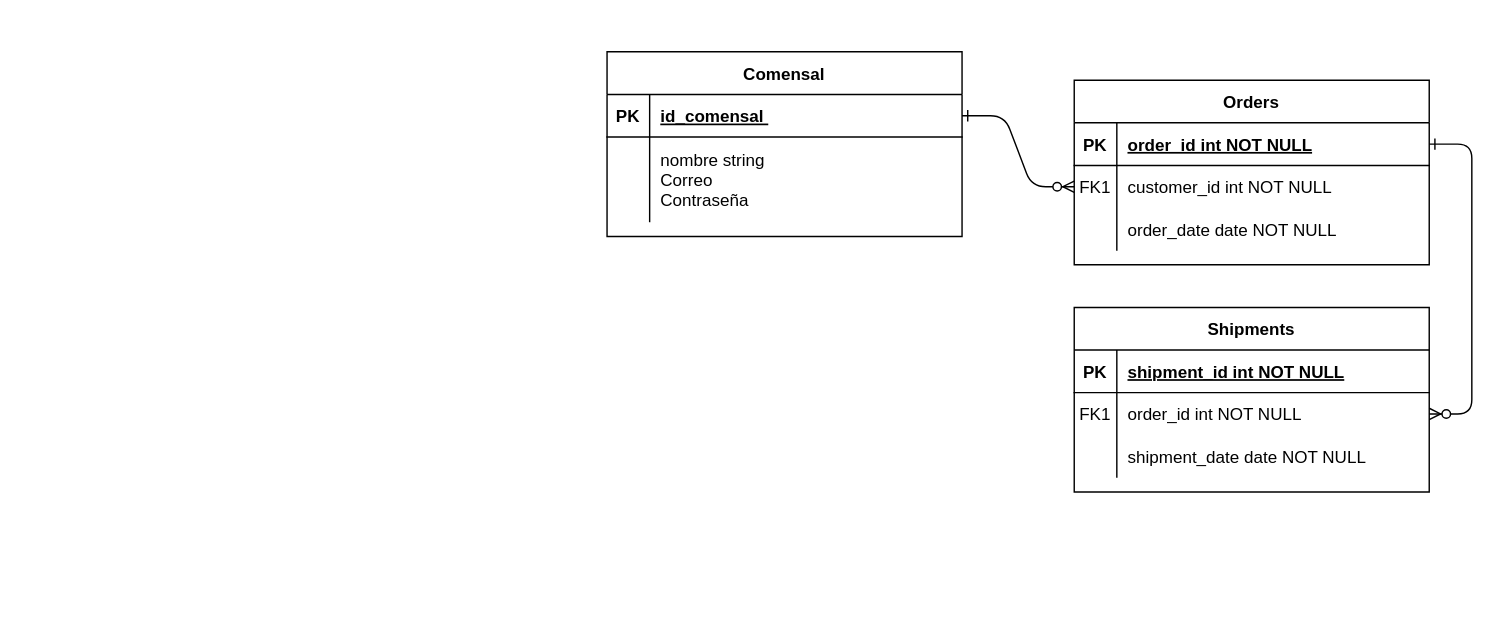
The draw.io diagram Diagrama sin título.drawio in Alexis-2301/Prueba, before the edit. Source tidied: cells renumbered, new cells numbered last; positions are measured from the earlier drawing's top-left corner, leaving out a move shared by most shapes. Both pictures are drawn from the tidied source at 142%, with x=0, y=0 at pixel (606, 51).
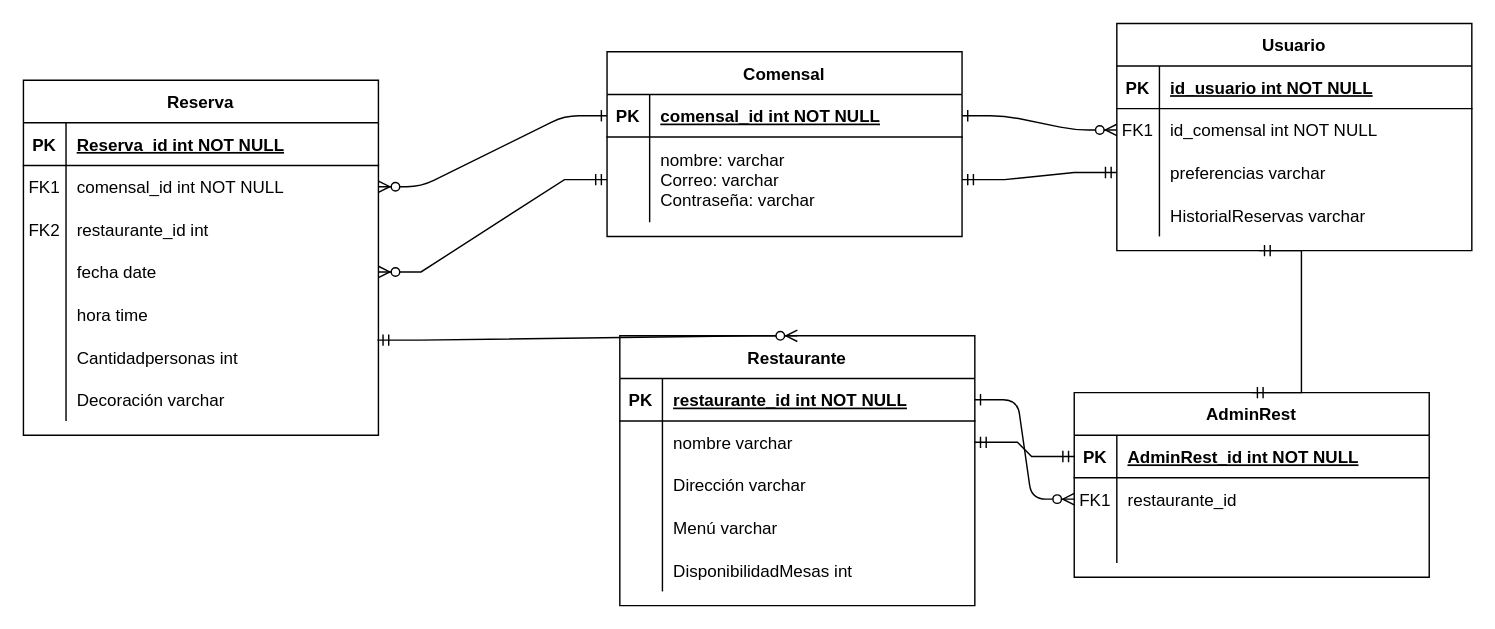
The same page after the edit.

The change refers to these unchanged cells:
```xml
<mxCell id="5" style="shape=partialRectangle;fillColor=none;points=[[0,0.5],[1,0.5]];portConstraint=eastwest;top=0;left=0;right=0;bottom=1;" parent="4" vertex="1">
  <mxGeometry y="30" width="250" height="30" as="geometry" />
</mxCell>
<mxCell id="8" style="shape=partialRectangle;fillColor=none;points=[[0,0.5],[1,0.5]];portConstraint=eastwest;top=0;left=0;right=0;bottom=0;" parent="4" vertex="1">
  <mxGeometry y="60" width="250" height="30" as="geometry" />
</mxCell>
<mxCell id="11" style="shape=partialRectangle;fillColor=none;points=[[0,0.5],[1,0.5]];portConstraint=eastwest;top=0;left=0;right=0;bottom=0;" parent="4" vertex="1">
  <mxGeometry y="90" width="250" height="30" as="geometry" />
</mxCell>
<mxCell id="15" style="shape=partialRectangle;fillColor=none;points=[[0,0.5],[1,0.5]];portConstraint=eastwest;top=0;left=0;right=0;bottom=1;" parent="14" vertex="1">
  <mxGeometry y="30" width="250" height="30" as="geometry" />
</mxCell>
<mxCell id="18" style="shape=partialRectangle;fillColor=none;points=[[0,0.5],[1,0.5]];portConstraint=eastwest;top=0;left=0;right=0;bottom=0;" parent="14" vertex="1">
  <mxGeometry y="60" width="250" height="30" as="geometry" />
</mxCell>
<mxCell id="21" style="shape=partialRectangle;fillColor=none;top=0;left=0;right=0;bottom=0;" parent="14" vertex="1">
  <mxGeometry y="90" width="250" height="30" as="geometry" />
</mxCell>
<mxCell id="25" style="shape=partialRectangle;fillColor=none;points=[[0,0.5],[1,0.5]];portConstraint=eastwest;top=0;left=0;right=0;bottom=1;" parent="24" vertex="1">
  <mxGeometry y="30" width="250" height="30" as="geometry" />
</mxCell>
<mxCell id="28" style="shape=partialRectangle;fillColor=none;points=[[0,0.5],[1,0.5]];portConstraint=eastwest;top=0;left=0;right=0;bottom=0;" parent="24" vertex="1">
  <mxGeometry y="60" width="250" height="60" as="geometry" />
</mxCell>
```

Diff of the diagram source:
```diff
@@
-    <mxCell id="3" style="edgeStyle=entityRelationEdgeStyle;endArrow=ERzeroToMany;startArrow=ERone;endFill=1;startFill=0;" parent="1" edge="1" source="5" target="18">
+    <mxCell id="3" style="edgeStyle=entityRelationEdgeStyle;endArrow=ERzeroToMany;startArrow=ERone;endFill=1;startFill=0;exitX=1;exitY=0.5;exitDx=0;exitDy=0;entryX=0;entryY=0.5;entryDx=0;entryDy=0;" parent="1" edge="1" source="57" target="18">
       <mxGeometry relative="1" as="geometry" />
     </mxCell>
-    <mxCell id="4" value="Orders" style="shape=table;startSize=30;childLayout=tableLayout;rowLines=0;fontStyle=1;align=center;" parent="1" vertex="1">
-      <mxGeometry x="329" y="20" width="250" height="130" as="geometry" />
+    <mxCell id="4" value="Usuario" style="shape=table;startSize=30;childLayout=tableLayout;rowLines=0;fontStyle=1;align=center;" parent="1" vertex="1">
+      <mxGeometry x="359" y="-20" width="250" height="160" as="geometry" />
     </mxCell>
@@
-    <mxCell id="7" value="order_id int NOT NULL " style="shape=partialRectangle;overflow=hidden;fillColor=none;top=0;left=0;bottom=0;right=0;align=left;spacingLeft=6;fontStyle=5;" parent="5" vertex="1">
+    <mxCell id="7" value="id_usuario int NOT NULL " style="shape=partialRectangle;overflow=hidden;fillColor=none;top=0;left=0;bottom=0;right=0;align=left;spacingLeft=6;fontStyle=5;" parent="5" vertex="1">
       <mxGeometry x="30" width="220" height="30" as="geometry" />
     </mxCell>
@@
-    <mxCell id="10" value="customer_id int NOT NULL" style="shape=partialRectangle;overflow=hidden;fillColor=none;top=0;left=0;bottom=0;right=0;align=left;spacingLeft=6;" parent="8" vertex="1">
+    <mxCell id="10" value="id_comensal int NOT NULL" style="shape=partialRectangle;overflow=hidden;fillColor=none;top=0;left=0;bottom=0;right=0;align=left;spacingLeft=6;" parent="8" vertex="1">
       <mxGeometry x="30" width="220" height="30" as="geometry" />
     </mxCell>
@@
-    <mxCell id="13" value="order_date date NOT NULL" style="shape=partialRectangle;overflow=hidden;fillColor=none;top=0;left=0;bottom=0;right=0;align=left;spacingLeft=6;" parent="11" vertex="1">
+    <mxCell id="13" value="preferencias varchar" style="shape=partialRectangle;overflow=hidden;fillColor=none;top=0;left=0;bottom=0;right=0;align=left;spacingLeft=6;" parent="11" vertex="1">
       <mxGeometry x="30" width="220" height="30" as="geometry" />
     </mxCell>
+    <mxCell id="31" style="shape=partialRectangle;fillColor=none;top=0;left=0;right=0;bottom=0;" parent="4" vertex="1">
+      <mxGeometry y="120" width="250" height="30" as="geometry" />
+    </mxCell>
+    <mxCell id="32" style="shape=partialRectangle;overflow=hidden;fillColor=none;top=0;left=0;bottom=0;right=0;" parent="31" vertex="1">
+      <mxGeometry width="30" height="30" as="geometry" />
+    </mxCell>
+    <mxCell id="33" value="HistorialReservas varchar" style="shape=partialRectangle;overflow=hidden;fillColor=none;top=0;left=0;bottom=0;right=0;align=left;spacingLeft=6;" parent="31" vertex="1">
+      <mxGeometry x="30" width="220" height="30" as="geometry" />
+    </mxCell>
-    <mxCell id="14" value="Shipments" style="shape=table;startSize=30;childLayout=tableLayout;rowLines=0;fontStyle=1;align=center;" parent="1" vertex="1">
-      <mxGeometry x="329" y="180" width="250" height="130" as="geometry" />
+    <mxCell id="14" value="AdminRest" style="shape=table;startSize=30;childLayout=tableLayout;rowLines=0;fontStyle=1;align=center;" parent="1" vertex="1">
+      <mxGeometry x="329" y="240" width="250" height="130" as="geometry" />
     </mxCell>
@@
-    <mxCell id="17" value="shipment_id int NOT NULL " style="shape=partialRectangle;overflow=hidden;fillColor=none;top=0;left=0;bottom=0;right=0;align=left;spacingLeft=6;fontStyle=5;" parent="15" vertex="1">
+    <mxCell id="17" value="AdminRest_id int NOT NULL " style="shape=partialRectangle;overflow=hidden;fillColor=none;top=0;left=0;bottom=0;right=0;align=left;spacingLeft=6;fontStyle=5;" parent="15" vertex="1">
       <mxGeometry x="30" width="220" height="30" as="geometry" />
     </mxCell>
@@
-    <mxCell id="20" value="order_id int NOT NULL" style="shape=partialRectangle;overflow=hidden;fillColor=none;top=0;left=0;bottom=0;right=0;align=left;spacingLeft=6;" parent="18" vertex="1">
+    <mxCell id="20" value="restaurante_id" style="shape=partialRectangle;overflow=hidden;fillColor=none;top=0;left=0;bottom=0;right=0;align=left;spacingLeft=6;" parent="18" vertex="1">
       <mxGeometry x="30" width="220" height="30" as="geometry" />
     </mxCell>
@@
-    <mxCell id="23" value="shipment_date date NOT NULL" style="shape=partialRectangle;overflow=hidden;fillColor=none;top=0;left=0;bottom=0;right=0;align=left;spacingLeft=6;" parent="21" vertex="1">
+    <mxCell id="23" style="shape=partialRectangle;overflow=hidden;fillColor=none;top=0;left=0;bottom=0;right=0;align=left;spacingLeft=6;" parent="21" vertex="1">
       <mxGeometry x="30" width="220" height="30" as="geometry" />
     </mxCell>
@@
-    <mxCell id="27" value="id_comensal " style="shape=partialRectangle;overflow=hidden;fillColor=none;top=0;left=0;bottom=0;right=0;align=left;spacingLeft=6;fontStyle=5;" parent="25" vertex="1">
+    <mxCell id="27" value="comensal_id int NOT NULL" style="shape=partialRectangle;overflow=hidden;fillColor=none;top=0;left=0;bottom=0;right=0;align=left;spacingLeft=6;fontStyle=5;" parent="25" vertex="1">
       <mxGeometry x="30" width="220" height="30" as="geometry" />
     </mxCell>
@@
-    <mxCell id="30" value="nombre string&#10;Correo &#10;Contraseña" style="shape=partialRectangle;overflow=hidden;fillColor=none;top=0;left=0;bottom=0;right=0;align=left;spacingLeft=6;" parent="28" vertex="1">
+    <mxCell id="30" value="nombre: varchar&#10;Correo: varchar&#10;Contraseña: varchar" style="shape=partialRectangle;overflow=hidden;fillColor=none;top=0;left=0;bottom=0;right=0;align=left;spacingLeft=6;" parent="28" vertex="1">
       <mxGeometry x="30" width="220" height="60" as="geometry" />
     </mxCell>
+    <mxCell id="34" value="Reserva" style="shape=table;startSize=30;childLayout=tableLayout;rowLines=0;fontStyle=1;align=center;" parent="1" vertex="1">
+      <mxGeometry x="-411" y="20" width="250" height="250" as="geometry" />
+    </mxCell>
+    <mxCell id="35" style="shape=partialRectangle;fillColor=none;top=0;left=0;right=0;bottom=1;" parent="34" vertex="1">
+      <mxGeometry y="30" width="250" height="30" as="geometry" />
+    </mxCell>
+    <mxCell id="36" value="PK" style="shape=partialRectangle;overflow=hidden;fillColor=none;top=0;left=0;bottom=0;right=0;fontStyle=1;" parent="35" vertex="1">
+      <mxGeometry width="30" height="30" as="geometry" />
+    </mxCell>
+    <mxCell id="37" value="Reserva_id int NOT NULL " style="shape=partialRectangle;overflow=hidden;fillColor=none;top=0;left=0;bottom=0;right=0;align=left;spacingLeft=6;fontStyle=5;" parent="35" vertex="1">
+      <mxGeometry x="30" width="220" height="30" as="geometry" />
+    </mxCell>
+    <mxCell id="38" style="shape=partialRectangle;fillColor=none;points=[[0,0.5],[1,0.5]];portConstraint=eastwest;top=0;left=0;right=0;bottom=0;" parent="34" vertex="1">
+      <mxGeometry y="60" width="250" height="30" as="geometry" />
+    </mxCell>
+    <mxCell id="39" value="FK1" style="shape=partialRectangle;overflow=hidden;fillColor=none;top=0;left=0;bottom=0;right=0;" parent="38" vertex="1">
+      <mxGeometry width="30" height="30" as="geometry" />
+    </mxCell>
+    <mxCell id="40" value="comensal_id int NOT NULL" style="shape=partialRectangle;overflow=hidden;fillColor=none;top=0;left=0;bottom=0;right=0;align=left;spacingLeft=6;" parent="38" vertex="1">
+      <mxGeometry x="30" width="220" height="30" as="geometry" />
+    </mxCell>
+    <mxCell id="41" style="shape=partialRectangle;fillColor=none;top=0;left=0;right=0;bottom=0;" parent="34" vertex="1">
+      <mxGeometry y="90" width="250" height="30" as="geometry" />
+    </mxCell>
+    <mxCell id="42" value="FK2" style="shape=partialRectangle;overflow=hidden;fillColor=none;top=0;left=0;bottom=0;right=0;" parent="41" vertex="1">
+      <mxGeometry width="30" height="30" as="geometry" />
+    </mxCell>
+    <mxCell id="43" value="restaurante_id int" style="shape=partialRectangle;overflow=hidden;fillColor=none;top=0;left=0;bottom=0;right=0;align=left;spacingLeft=6;" parent="41" vertex="1">
+      <mxGeometry x="30" width="220" height="30" as="geometry" />
+    </mxCell>
+    <mxCell id="44" style="shape=partialRectangle;fillColor=none;points=[[0,0.5],[1,0.5]];portConstraint=eastwest;top=0;left=0;right=0;bottom=0;" parent="34" vertex="1">
+      <mxGeometry y="120" width="250" height="30" as="geometry" />
+    </mxCell>
+    <mxCell id="45" style="shape=partialRectangle;overflow=hidden;fillColor=none;top=0;left=0;bottom=0;right=0;" parent="44" vertex="1">
+      <mxGeometry width="30" height="30" as="geometry" />
+    </mxCell>
+    <mxCell id="46" value="fecha date" style="shape=partialRectangle;overflow=hidden;fillColor=none;top=0;left=0;bottom=0;right=0;align=left;spacingLeft=6;" parent="44" vertex="1">
+      <mxGeometry x="30" width="220" height="30" as="geometry" />
+    </mxCell>
+    <mxCell id="47" style="shape=partialRectangle;fillColor=none;top=0;left=0;right=0;bottom=0;" parent="34" vertex="1">
+      <mxGeometry y="150" width="250" height="30" as="geometry" />
+    </mxCell>
+    <mxCell id="48" style="shape=partialRectangle;overflow=hidden;fillColor=none;top=0;left=0;bottom=0;right=0;" parent="47" vertex="1">
+      <mxGeometry width="30" height="30" as="geometry" />
+    </mxCell>
+    <mxCell id="49" value="hora time" style="shape=partialRectangle;overflow=hidden;fillColor=none;top=0;left=0;bottom=0;right=0;align=left;spacingLeft=6;" parent="47" vertex="1">
+      <mxGeometry x="30" width="220" height="30" as="geometry" />
+    </mxCell>
+    <mxCell id="50" style="shape=partialRectangle;fillColor=none;points=[[0,0.5],[1,0.5]];portConstraint=eastwest;top=0;left=0;right=0;bottom=0;" parent="34" vertex="1">
+      <mxGeometry y="180" width="250" height="30" as="geometry" />
+    </mxCell>
+    <mxCell id="51" style="shape=partialRectangle;overflow=hidden;fillColor=none;top=0;left=0;bottom=0;right=0;" parent="50" vertex="1">
+      <mxGeometry width="30" height="30" as="geometry" />
+    </mxCell>
+    <mxCell id="52" value="Cantidadpersonas int" style="shape=partialRectangle;overflow=hidden;fillColor=none;top=0;left=0;bottom=0;right=0;align=left;spacingLeft=6;" parent="50" vertex="1">
+      <mxGeometry x="30" width="220" height="30" as="geometry" />
+    </mxCell>
+    <mxCell id="53" style="shape=partialRectangle;fillColor=none;top=0;left=0;right=0;bottom=0;" parent="34" vertex="1">
+      <mxGeometry y="210" width="250" height="30" as="geometry" />
+    </mxCell>
+    <mxCell id="54" style="shape=partialRectangle;overflow=hidden;fillColor=none;top=0;left=0;bottom=0;right=0;" parent="53" vertex="1">
+      <mxGeometry width="30" height="30" as="geometry" />
+    </mxCell>
+    <mxCell id="55" value="Decoración varchar" style="shape=partialRectangle;overflow=hidden;fillColor=none;top=0;left=0;bottom=0;right=0;align=left;spacingLeft=6;" parent="53" vertex="1">
+      <mxGeometry x="30" width="220" height="30" as="geometry" />
+    </mxCell>
+    <mxCell id="56" value="Restaurante" style="shape=table;startSize=30;childLayout=tableLayout;rowLines=0;fontStyle=1;align=center;" parent="1" vertex="1">
+      <mxGeometry x="9" y="200" width="250" height="190" as="geometry" />
+    </mxCell>
+    <mxCell id="57" style="shape=partialRectangle;fillColor=none;points=[[0,0.5],[1,0.5]];portConstraint=eastwest;top=0;left=0;right=0;bottom=1;" parent="56" vertex="1">
+      <mxGeometry y="30" width="250" height="30" as="geometry" />
+    </mxCell>
+    <mxCell id="58" value="PK" style="shape=partialRectangle;overflow=hidden;fillColor=none;top=0;left=0;bottom=0;right=0;fontStyle=1;" parent="57" vertex="1">
+      <mxGeometry width="30" height="30" as="geometry" />
+    </mxCell>
+    <mxCell id="59" value="restaurante_id int NOT NULL " style="shape=partialRectangle;overflow=hidden;fillColor=none;top=0;left=0;bottom=0;right=0;align=left;spacingLeft=6;fontStyle=5;" parent="57" vertex="1">
+      <mxGeometry x="30" width="220" height="30" as="geometry" />
+    </mxCell>
+    <mxCell id="60" style="shape=partialRectangle;fillColor=none;points=[[0,0.5],[1,0.5]];portConstraint=eastwest;top=0;left=0;right=0;bottom=0;" parent="56" vertex="1">
+      <mxGeometry y="60" width="250" height="30" as="geometry" />
+    </mxCell>
+    <mxCell id="61" style="shape=partialRectangle;overflow=hidden;fillColor=none;top=0;left=0;bottom=0;right=0;" parent="60" vertex="1">
+      <mxGeometry width="30" height="30" as="geometry" />
+    </mxCell>
+    <mxCell id="62" value="nombre varchar" style="shape=partialRectangle;overflow=hidden;fillColor=none;top=0;left=0;bottom=0;right=0;align=left;spacingLeft=6;" parent="60" vertex="1">
+      <mxGeometry x="30" width="220" height="30" as="geometry" />
+    </mxCell>
+    <mxCell id="63" style="shape=partialRectangle;fillColor=none;top=0;left=0;right=0;bottom=0;" parent="56" vertex="1">
+      <mxGeometry y="90" width="250" height="30" as="geometry" />
+    </mxCell>
+    <mxCell id="64" style="shape=partialRectangle;overflow=hidden;fillColor=none;top=0;left=0;bottom=0;right=0;" parent="63" vertex="1">
+      <mxGeometry width="30" height="30" as="geometry" />
+    </mxCell>
+    <mxCell id="65" value="Dirección varchar" style="shape=partialRectangle;overflow=hidden;fillColor=none;top=0;left=0;bottom=0;right=0;align=left;spacingLeft=6;" parent="63" vertex="1">
+      <mxGeometry x="30" width="220" height="30" as="geometry" />
+    </mxCell>
+    <mxCell id="66" style="shape=partialRectangle;fillColor=none;top=0;left=0;right=0;bottom=0;" parent="56" vertex="1">
+      <mxGeometry y="120" width="250" height="30" as="geometry" />
+    </mxCell>
+    <mxCell id="67" style="shape=partialRectangle;overflow=hidden;fillColor=none;top=0;left=0;bottom=0;right=0;" parent="66" vertex="1">
+      <mxGeometry width="30" height="30" as="geometry" />
+    </mxCell>
+    <mxCell id="68" value="Menú varchar" style="shape=partialRectangle;overflow=hidden;fillColor=none;top=0;left=0;bottom=0;right=0;align=left;spacingLeft=6;" parent="66" vertex="1">
+      <mxGeometry x="30" width="220" height="30" as="geometry" />
+    </mxCell>
+    <mxCell id="69" style="shape=partialRectangle;fillColor=none;top=0;left=0;right=0;bottom=0;" parent="56" vertex="1">
+      <mxGeometry y="150" width="250" height="30" as="geometry" />
+    </mxCell>
+    <mxCell id="70" style="shape=partialRectangle;overflow=hidden;fillColor=none;top=0;left=0;bottom=0;right=0;" parent="69" vertex="1">
+      <mxGeometry width="30" height="30" as="geometry" />
+    </mxCell>
+    <mxCell id="71" value="DisponibilidadMesas int" style="shape=partialRectangle;overflow=hidden;fillColor=none;top=0;left=0;bottom=0;right=0;align=left;spacingLeft=6;" parent="69" vertex="1">
+      <mxGeometry x="30" width="220" height="30" as="geometry" />
+    </mxCell>
+    <mxCell id="72" style="edgeStyle=entityRelationEdgeStyle;endArrow=ERzeroToMany;startArrow=ERone;endFill=1;startFill=0;exitX=0;exitY=0.5;exitDx=0;exitDy=0;entryX=1;entryY=0.5;entryDx=0;entryDy=0;" parent="1" edge="1" source="25" target="38">
+      <mxGeometry relative="1" as="geometry">
+        <Array as="points">
+          <mxPoint x="-223" y="510" />
+          <mxPoint x="-13" y="390" />
+          <mxPoint x="-3" y="370" />
+          <mxPoint x="-213" y="500" />
+        </Array>
+      </mxGeometry>
+    </mxCell>
+    <mxCell id="73" style="edgeStyle=entityRelationEdgeStyle;fontSize=12;html=1;endArrow=ERmandOne;startArrow=ERmandOne;rounded=0;entryX=0;entryY=0.5;entryDx=0;entryDy=0;exitX=1;exitY=0.5;exitDx=0;exitDy=0;" parent="1" edge="1" source="28" target="11">
+      <mxGeometry relative="1" as="geometry" />
+    </mxCell>
+    <mxCell id="74" style="edgeStyle=entityRelationEdgeStyle;fontSize=12;html=1;endArrow=ERzeroToMany;startArrow=ERmandOne;rounded=0;entryX=1;entryY=0.5;entryDx=0;entryDy=0;exitX=0;exitY=0.5;exitDx=0;exitDy=0;" parent="1" edge="1" source="28" target="44">
+      <mxGeometry relative="1" as="geometry" />
+    </mxCell>
+    <mxCell id="75" style="edgeStyle=entityRelationEdgeStyle;fontSize=12;html=1;endArrow=ERzeroToMany;startArrow=ERmandOne;rounded=0;entryX=0.5;entryY=0;entryDx=0;entryDy=0;exitX=0.997;exitY=0.1;exitDx=0;exitDy=0;exitPerimeter=0;" parent="1" edge="1" source="50" target="56">
+      <mxGeometry relative="1" as="geometry" />
+    </mxCell>
+    <mxCell id="76" style="edgeStyle=entityRelationEdgeStyle;fontSize=12;html=1;endArrow=ERmandOne;startArrow=ERmandOne;rounded=0;exitX=0.5;exitY=1;exitDx=0;exitDy=0;entryX=0.5;entryY=0;entryDx=0;entryDy=0;" parent="1" edge="1" target="14">
+      <mxGeometry relative="1" as="geometry">
+        <mxPoint x="459" y="140" as="sourcePoint" />
+      </mxGeometry>
+    </mxCell>
+    <mxCell id="77" style="edgeStyle=entityRelationEdgeStyle;fontSize=12;html=1;endArrow=ERmandOne;startArrow=ERmandOne;rounded=0;entryX=0;entryY=0.5;entryDx=0;entryDy=0;exitX=1;exitY=0.5;exitDx=0;exitDy=0;" parent="1" edge="1" source="60" target="15">
+      <mxGeometry relative="1" as="geometry" />
+    </mxCell>
```
